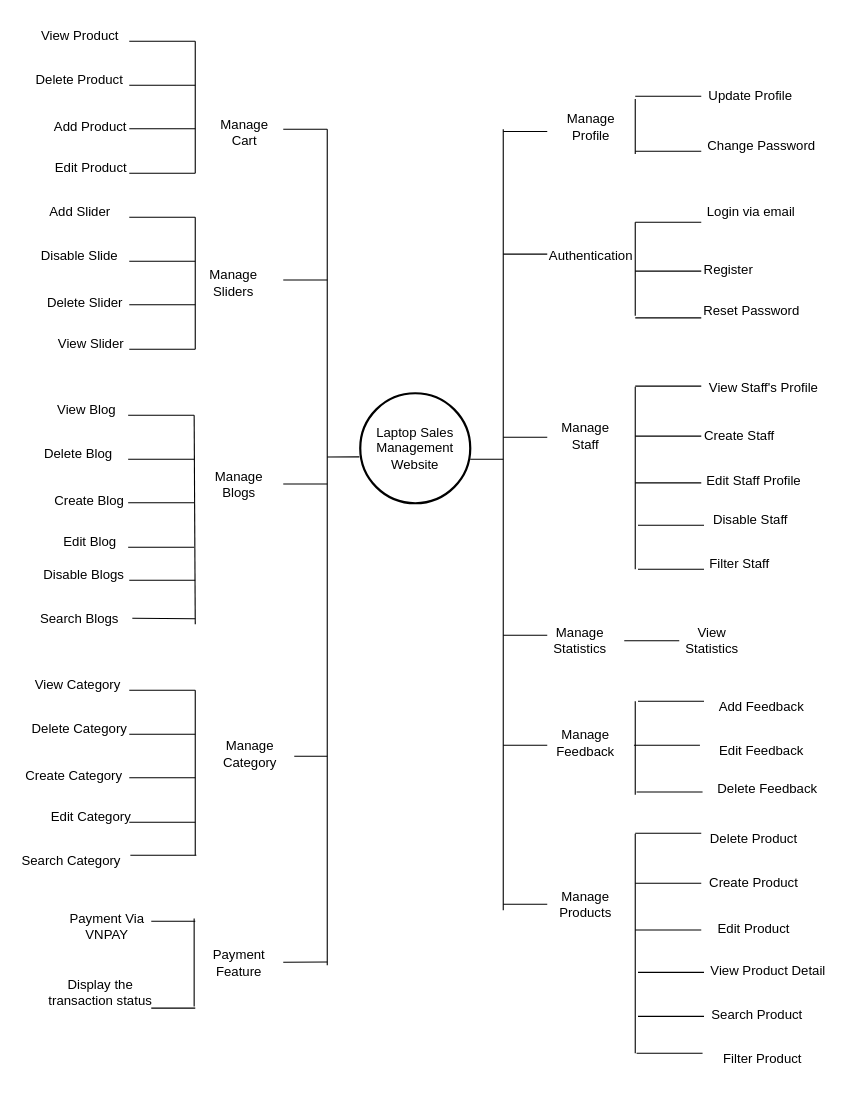
The draw.io diagram page "Trang-4" (4 of 6) of Use-Case.drawio in DungLV2003/SWR, before the edit. Source tidied: cells renumbered, new cells numbered last; positions are measured from the earlier drawing's top-left corner, leaving out a move shared by most shapes. Both pictures are drawn from the tidied source at 110%, with x=0, y=0 at pixel (19, 19).
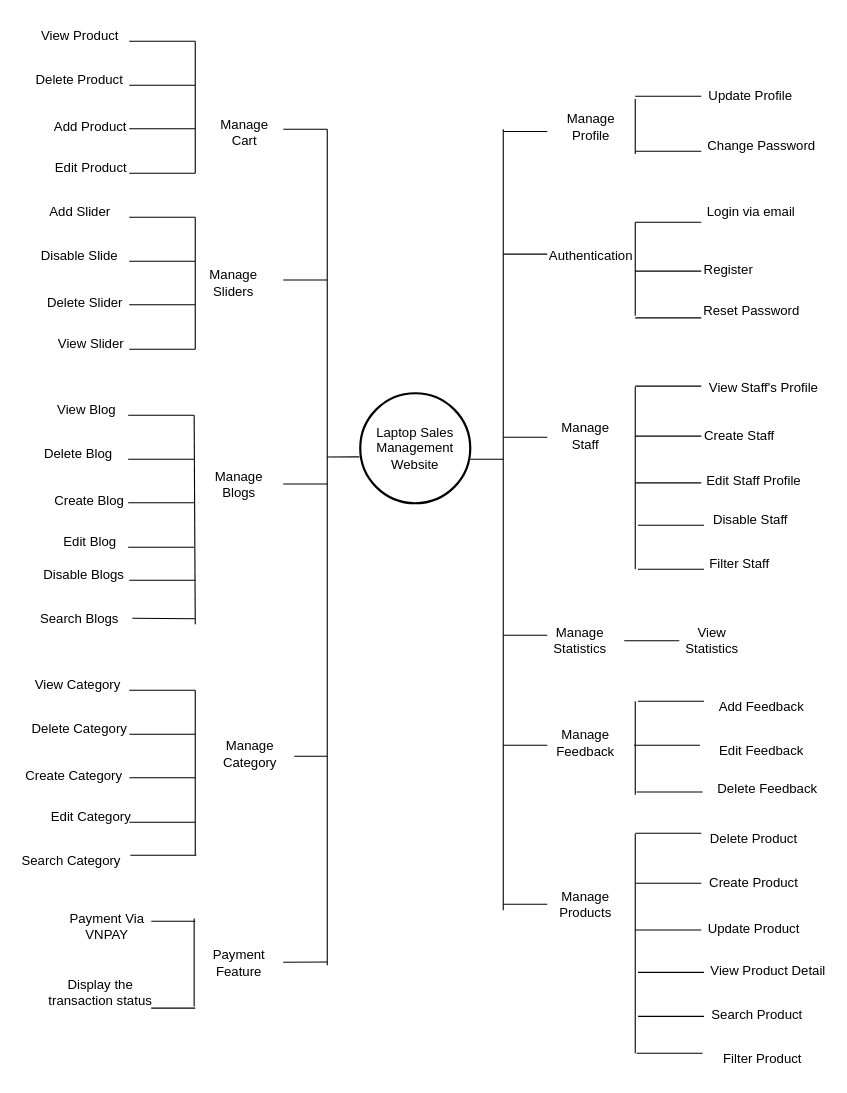
The same diagram, later.

Commit message:
Cập nhật Use-Case.drawio

Diff of the diagram source:
```diff
@@
-    <mxCell id="111" value="Edit Product" style="text;html=1;align=center;verticalAlign=middle;whiteSpace=wrap;rounded=0;" parent="1" vertex="1">
+    <mxCell id="111" value="Update Product" style="text;html=1;align=center;verticalAlign=middle;whiteSpace=wrap;rounded=0;" parent="1" vertex="1">
       <mxGeometry x="622.5" y="811.5" width="90" height="30" as="geometry" />
     </mxCell>
```
